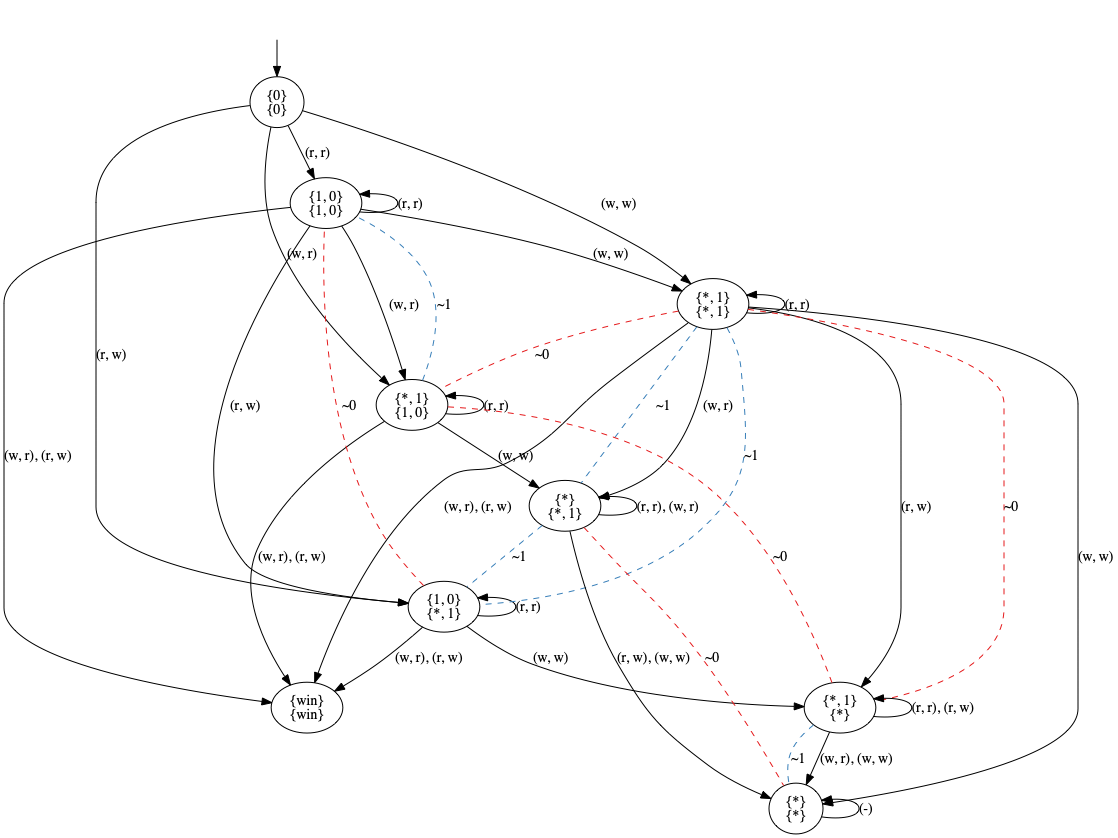
Earlier version of the Graphviz export pictures/GK.png (olandr/mkbsc). Its source is kept beside it as pictures/GK.dot.
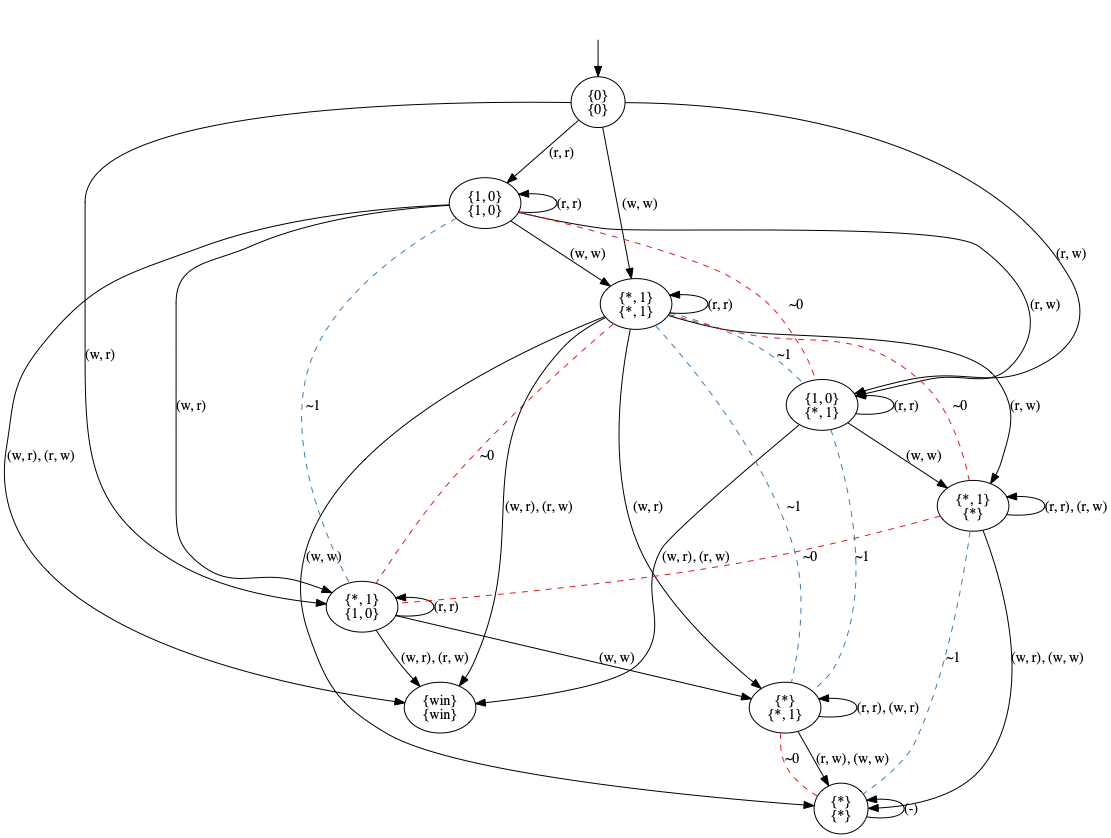
After the change.

What changed in the source:
```diff
@@ -3,50 +3,50 @@
 nodesep=0.5;
 ranksep=0.5;
 splines=True;
-4656099000 [label="{0}\n{0}"];
-4656099056 [label="{1, 0}\n{1, 0}"];
-4656098160 [label="{*, 1}\n{1, 0}"];
-4656099280 [label="{1, 0}\n{*, 1}"];
-4656098440 [label="{*, 1}\n{*, 1}"];
-4656098104 [label="{win}\n{win}"];
-4656030160 [label="{*}\n{*, 1}"];
-4656030440 [label="{*, 1}\n{*}"];
-4656030832 [label="{*}\n{*}"];
+4577094848 [label="{0}\n{0}"];
+4577095296 [label="{1, 0}\n{1, 0}"];
+4577095128 [label="{*, 1}\n{1, 0}"];
+4577095240 [label="{1, 0}\n{*, 1}"];
+4577094792 [label="{*, 1}\n{*, 1}"];
+4577095352 [label="{win}\n{win}"];
+4577026792 [label="{*}\n{*, 1}"];
+4577027072 [label="{*, 1}\n{*}"];
+4577027464 [label="{*}\n{*}"];
 hidden [label="", shape=none];
-4656099000 -> 4656099056  [action="('r', 'r')", key="('r', 'r')", label="(r, r)"];
-4656099000 -> 4656098160  [action="('w', 'r')", key="('w', 'r')", label="(w, r)"];
-4656099000 -> 4656099280  [action="('r', 'w')", key="('r', 'w')", label="(r, w)"];
-4656099000 -> 4656098440  [action="('w', 'w')", key="('w', 'w')", label="(w, w)"];
-4656099056 -> 4656099056  [action="('r', 'r')", dir=back, key="('r', 'r')", label="(r, r)"];
-4656099056 -> 4656098160  [action="('w', 'r')", key="('w', 'r')", label="(w, r)"];
-4656099056 -> 4656099280  [action="('r', 'w')", key="('r', 'w')", label="(r, w)"];
-4656099056 -> 4656098440  [action="('w', 'w')", key="('w', 'w')", label="(w, w)"];
-4656099056 -> 4656098104  [action="(('w', 'r'), ('r', 'w'))", key="(('w', 'r'), ('r', 'w'))", label="(w, r), (r, w)"];
-4656098160 -> 4656098160  [action="('r', 'r')", dir=back, key="('r', 'r')", label="(r, r)"];
-4656098160 -> 4656030160  [action="('w', 'w')", key="('w', 'w')", label="(w, w)"];
-4656098160 -> 4656098104  [action="(('w', 'r'), ('r', 'w'))", key="(('w', 'r'), ('r', 'w'))", label="(w, r), (r, w)"];
-4656098160 -> 4656099056  [arrowhead=none, color=2, colorscheme=set19, constraint=True, key=0, label="~1", style=dashed];
-4656099280 -> 4656099280  [action="('r', 'r')", dir=back, key="('r', 'r')", label="(r, r)"];
-4656099280 -> 4656030440  [action="('w', 'w')", key="('w', 'w')", label="(w, w)"];
-4656099280 -> 4656098104  [action="(('w', 'r'), ('r', 'w'))", key="(('w', 'r'), ('r', 'w'))", label="(w, r), (r, w)"];
-4656099280 -> 4656099056  [arrowhead=none, color=1, colorscheme=set19, constraint=True, key=0, label="~0", style=dashed];
-4656098440 -> 4656098440  [action="('r', 'r')", dir=back, key="('r', 'r')", label="(r, r)"];
-4656098440 -> 4656030160  [action="('w', 'r')", key="('w', 'r')", label="(w, r)"];
-4656098440 -> 4656030160  [arrowhead=none, color=2, colorscheme=set19, constraint=True, key=1, label="~1", style=dashed];
-4656098440 -> 4656030440  [action="('r', 'w')", key="('r', 'w')", label="(r, w)"];
-4656098440 -> 4656030440  [arrowhead=none, color=1, colorscheme=set19, constraint=True, key=1, label="~0", style=dashed];
-4656098440 -> 4656030832  [action="('w', 'w')", key="('w', 'w')", label="(w, w)"];
-4656098440 -> 4656098104  [action="(('w', 'r'), ('r', 'w'))", key="(('w', 'r'), ('r', 'w'))", label="(w, r), (r, w)"];
-4656098440 -> 4656098160  [arrowhead=none, color=1, colorscheme=set19, constraint=True, key=0, label="~0", style=dashed];
-4656098440 -> 4656099280  [arrowhead=none, color=2, colorscheme=set19, constraint=True, key=0, label="~1", style=dashed];
-4656030160 -> 4656030160  [action="(('r', 'r'), ('w', 'r'))", dir=back, key="(('r', 'r'), ('w', 'r'))", label="(r, r), (w, r)"];
-4656030160 -> 4656030832  [action="(('r', 'w'), ('w', 'w'))", key="(('r', 'w'), ('w', 'w'))", label="(r, w), (w, w)"];
-4656030160 -> 4656030832  [arrowhead=none, color=1, colorscheme=set19, constraint=True, key=1, label="~0", style=dashed];
-4656030160 -> 4656099280  [arrowhead=none, color=2, colorscheme=set19, constraint=True, key=0, label="~1", style=dashed];
-4656030440 -> 4656030440  [action="(('r', 'r'), ('r', 'w'))", dir=back, key="(('r', 'r'), ('r', 'w'))", label="(r, r), (r, w)"];
-4656030440 -> 4656030832  [action="(('w', 'r'), ('w', 'w'))", key="(('w', 'r'), ('w', 'w'))", label="(w, r), (w, w)"];
-4656030440 -> 4656030832  [arrowhead=none, color=2, colorscheme=set19, constraint=True, key=1, label="~1", style=dashed];
-4656030440 -> 4656098160  [arrowhead=none, color=1, colorscheme=set19, constraint=True, key=0, label="~0", style=dashed];
-4656030832 -> 4656030832  [action="(('r', 'r'), ('w', 'r'), ('r', 'w'), ('w', 'w'))", dir=back, key="(('r', 'r'), ('w', 'r'), ('r', 'w'), ('w', 'w'))", label="(-)"];
-hidden -> 4656099000  [key=0];
+4577094848 -> 4577095296  [action="('r', 'r')", key="('r', 'r')", label="(r, r)"];
+4577094848 -> 4577095128  [action="('w', 'r')", key="('w', 'r')", label="(w, r)"];
+4577094848 -> 4577095240  [action="('r', 'w')", key="('r', 'w')", label="(r, w)"];
+4577094848 -> 4577094792  [action="('w', 'w')", key="('w', 'w')", label="(w, w)"];
+4577095296 -> 4577095296  [action="('r', 'r')", dir=back, key="('r', 'r')", label="(r, r)"];
+4577095296 -> 4577095128  [action="('w', 'r')", key="('w', 'r')", label="(w, r)"];
+4577095296 -> 4577095128  [arrowhead=none, color=2, colorscheme=set19, constraint=True, key=1, label="~1", style=dashed];
+4577095296 -> 4577095240  [action="('r', 'w')", key="('r', 'w')", label="(r, w)"];
+4577095296 -> 4577095240  [arrowhead=none, color=1, colorscheme=set19, constraint=True, key=1, label="~0", style=dashed];
+4577095296 -> 4577094792  [action="('w', 'w')", key="('w', 'w')", label="(w, w)"];
+4577095296 -> 4577095352  [action="(('w', 'r'), ('r', 'w'))", key="(('w', 'r'), ('r', 'w'))", label="(w, r), (r, w)"];
+4577095128 -> 4577095128  [action="('r', 'r')", dir=back, key="('r', 'r')", label="(r, r)"];
+4577095128 -> 4577026792  [action="('w', 'w')", key="('w', 'w')", label="(w, w)"];
+4577095128 -> 4577095352  [action="(('w', 'r'), ('r', 'w'))", key="(('w', 'r'), ('r', 'w'))", label="(w, r), (r, w)"];
+4577095240 -> 4577095240  [action="('r', 'r')", dir=back, key="('r', 'r')", label="(r, r)"];
+4577095240 -> 4577027072  [action="('w', 'w')", key="('w', 'w')", label="(w, w)"];
+4577095240 -> 4577095352  [action="(('w', 'r'), ('r', 'w'))", key="(('w', 'r'), ('r', 'w'))", label="(w, r), (r, w)"];
+4577095240 -> 4577026792  [arrowhead=none, color=2, colorscheme=set19, constraint=True, key=0, label="~1", style=dashed];
+4577094792 -> 4577094792  [action="('r', 'r')", dir=back, key="('r', 'r')", label="(r, r)"];
+4577094792 -> 4577026792  [action="('w', 'r')", key="('w', 'r')", label="(w, r)"];
+4577094792 -> 4577026792  [arrowhead=none, color=2, colorscheme=set19, constraint=True, key=1, label="~1", style=dashed];
+4577094792 -> 4577027072  [action="('r', 'w')", key="('r', 'w')", label="(r, w)"];
+4577094792 -> 4577027072  [arrowhead=none, color=1, colorscheme=set19, constraint=True, key=1, label="~0", style=dashed];
+4577094792 -> 4577027464  [action="('w', 'w')", key="('w', 'w')", label="(w, w)"];
+4577094792 -> 4577095352  [action="(('w', 'r'), ('r', 'w'))", key="(('w', 'r'), ('r', 'w'))", label="(w, r), (r, w)"];
+4577094792 -> 4577095128  [arrowhead=none, color=1, colorscheme=set19, constraint=True, key=0, label="~0", style=dashed];
+4577094792 -> 4577095240  [arrowhead=none, color=2, colorscheme=set19, constraint=True, key=0, label="~1", style=dashed];
+4577026792 -> 4577026792  [action="(('r', 'r'), ('w', 'r'))", dir=back, key="(('r', 'r'), ('w', 'r'))", label="(r, r), (w, r)"];
+4577026792 -> 4577027464  [action="(('r', 'w'), ('w', 'w'))", key="(('r', 'w'), ('w', 'w'))", label="(r, w), (w, w)"];
+4577027072 -> 4577027072  [action="(('r', 'r'), ('r', 'w'))", dir=back, key="(('r', 'r'), ('r', 'w'))", label="(r, r), (r, w)"];
+4577027072 -> 4577027464  [action="(('w', 'r'), ('w', 'w'))", key="(('w', 'r'), ('w', 'w'))", label="(w, r), (w, w)"];
+4577027072 -> 4577027464  [arrowhead=none, color=2, colorscheme=set19, constraint=True, key=1, label="~1", style=dashed];
+4577027072 -> 4577095128  [arrowhead=none, color=1, colorscheme=set19, constraint=True, key=0, label="~0", style=dashed];
+4577027464 -> 4577027464  [action="(('r', 'r'), ('w', 'r'), ('r', 'w'), ('w', 'w'))", dir=back, key="(('r', 'r'), ('w', 'r'), ('r', 'w'), ('w', 'w'))", label="(-)"];
+4577027464 -> 4577026792  [arrowhead=none, color=1, colorscheme=set19, constraint=True, key=0, label="~0", style=dashed];
+hidden -> 4577094848  [key=0];
 }
```
